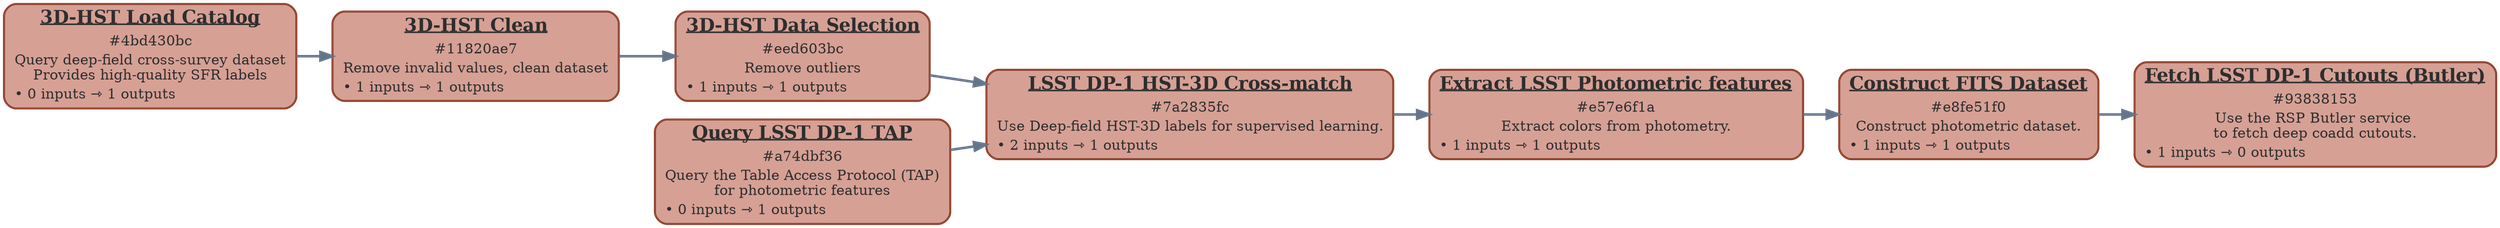
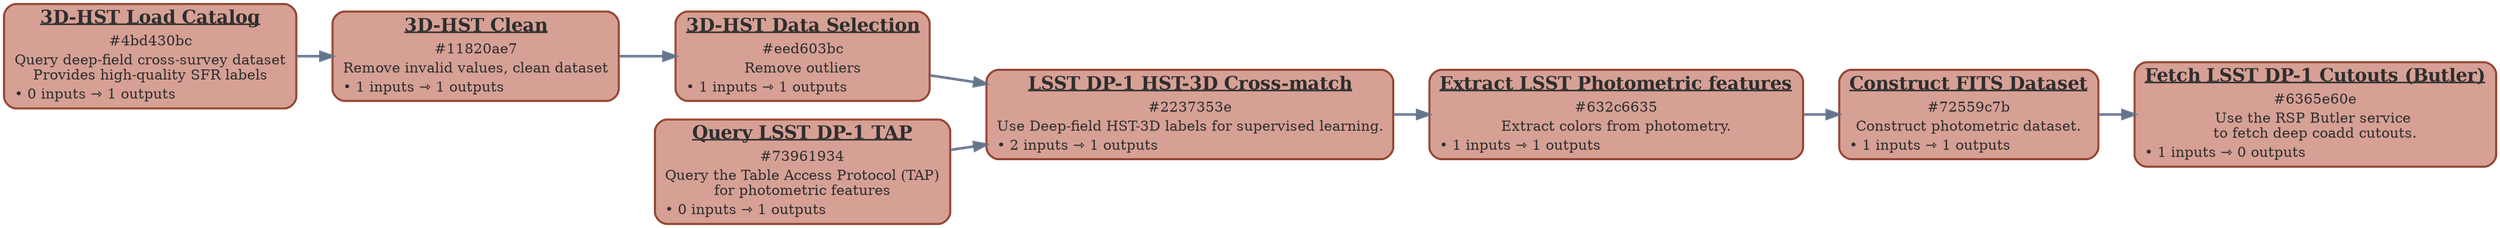
digraph {
	graph [bgcolor=transparent]
	rankdir=LR
	node [bgcolor=transparent color="#8F3F2B" fillcolor="#D6A095" fontcolor="#2E2E2E" penwidth=2 shape=box style="filled,rounded"]
	edge [arrowsize=1.2 color="#64748b" penwidth=2.5]
	"4bd430bc" [label=<
<table border="0" cellborder="0" cellspacing="0">
<tr>
<td>
<font point-size="18"><b><u>3D-HST Load Catalog</u></b></font>
</td>
</tr>
<tr>
<td>
<font >#4bd430bc</font>
</td>
</tr>
<tr><td><font >Query deep-field cross-survey dataset<br />Provides high-quality SFR labels</font></td></tr>
<tr><td align="left"><font >• 0 inputs ⇾ 1 outputs</font></td></tr>
</table>
            >]
	"11820ae7" [label=<
<table border="0" cellborder="0" cellspacing="0">
<tr>
<td>
<font point-size="18"><b><u>3D-HST Clean</u></b></font>
</td>
</tr>
<tr>
<td>
<font >#11820ae7</font>
</td>
</tr>
<tr><td><font >Remove invalid values, clean dataset</font></td></tr>
<tr><td align="left"><font >• 1 inputs ⇾ 1 outputs</font></td></tr>
</table>
            >]
	eed603bc [label=<
<table border="0" cellborder="0" cellspacing="0">
<tr>
<td>
<font point-size="18"><b><u>3D-HST Data Selection</u></b></font>
</td>
</tr>
<tr>
<td>
<font >#eed603bc</font>
</td>
</tr>
<tr><td><font >Remove outliers</font></td></tr>
<tr><td align="left"><font >• 1 inputs ⇾ 1 outputs</font></td></tr>
</table>
            >]
- 	a74dbf36 [label=<
+ 	73961934 [label=<
<table border="0" cellborder="0" cellspacing="0">
<tr>
<td>
<font point-size="18"><b><u>Query LSST DP-1 TAP</u></b></font>
</td>
</tr>
<tr>
<td>
- <font >#a74dbf36</font>
+ <font >#73961934</font>
</td>
</tr>
<tr><td><font >Query the Table Access Protocol (TAP)<br />for photometric features</font></td></tr>
<tr><td align="left"><font >• 0 inputs ⇾ 1 outputs</font></td></tr>
</table>
            >]
- 	"7a2835fc" [label=<
+ 	"2237353e" [label=<
<table border="0" cellborder="0" cellspacing="0">
<tr>
<td>
<font point-size="18"><b><u>LSST DP-1 HST-3D Cross-match</u></b></font>
</td>
</tr>
<tr>
<td>
- <font >#7a2835fc</font>
+ <font >#2237353e</font>
</td>
</tr>
<tr><td><font >Use Deep-field HST-3D labels for supervised learning.</font></td></tr>
<tr><td align="left"><font >• 2 inputs ⇾ 1 outputs</font></td></tr>
</table>
            >]
- 	e57e6f1a [label=<
+ 	"632c6635" [label=<
<table border="0" cellborder="0" cellspacing="0">
<tr>
<td>
<font point-size="18"><b><u>Extract LSST Photometric features</u></b></font>
</td>
</tr>
<tr>
<td>
- <font >#e57e6f1a</font>
+ <font >#632c6635</font>
</td>
</tr>
<tr><td><font >Extract colors from photometry.</font></td></tr>
<tr><td align="left"><font >• 1 inputs ⇾ 1 outputs</font></td></tr>
</table>
            >]
- 	e8fe51f0 [label=<
+ 	"72559c7b" [label=<
<table border="0" cellborder="0" cellspacing="0">
<tr>
<td>
<font point-size="18"><b><u>Construct FITS Dataset</u></b></font>
</td>
</tr>
<tr>
<td>
- <font >#e8fe51f0</font>
+ <font >#72559c7b</font>
</td>
</tr>
<tr><td><font >Construct photometric dataset.</font></td></tr>
<tr><td align="left"><font >• 1 inputs ⇾ 1 outputs</font></td></tr>
</table>
            >]
- 	93838153 [label=<
+ 	"6365e60e" [label=<
<table border="0" cellborder="0" cellspacing="0">
<tr>
<td>
<font point-size="18"><b><u>Fetch LSST DP-1 Cutouts (Butler)</u></b></font>
</td>
</tr>
<tr>
<td>
- <font >#93838153</font>
+ <font >#6365e60e</font>
</td>
</tr>
<tr><td><font >Use the RSP Butler service <br />to fetch deep coadd cutouts.</font></td></tr>
<tr><td align="left"><font >• 1 inputs ⇾ 0 outputs</font></td></tr>
</table>
            >]
	"4bd430bc" -> "11820ae7"
	"11820ae7" -> eed603bc
- 	a74dbf36 -> "7a2835fc"
- 	eed603bc -> "7a2835fc"
- 	"7a2835fc" -> e57e6f1a
- 	e57e6f1a -> e8fe51f0
- 	e8fe51f0 -> 93838153
+ 	73961934 -> "2237353e"
+ 	eed603bc -> "2237353e"
+ 	"2237353e" -> "632c6635"
+ 	"632c6635" -> "72559c7b"
+ 	"72559c7b" -> "6365e60e"
}
